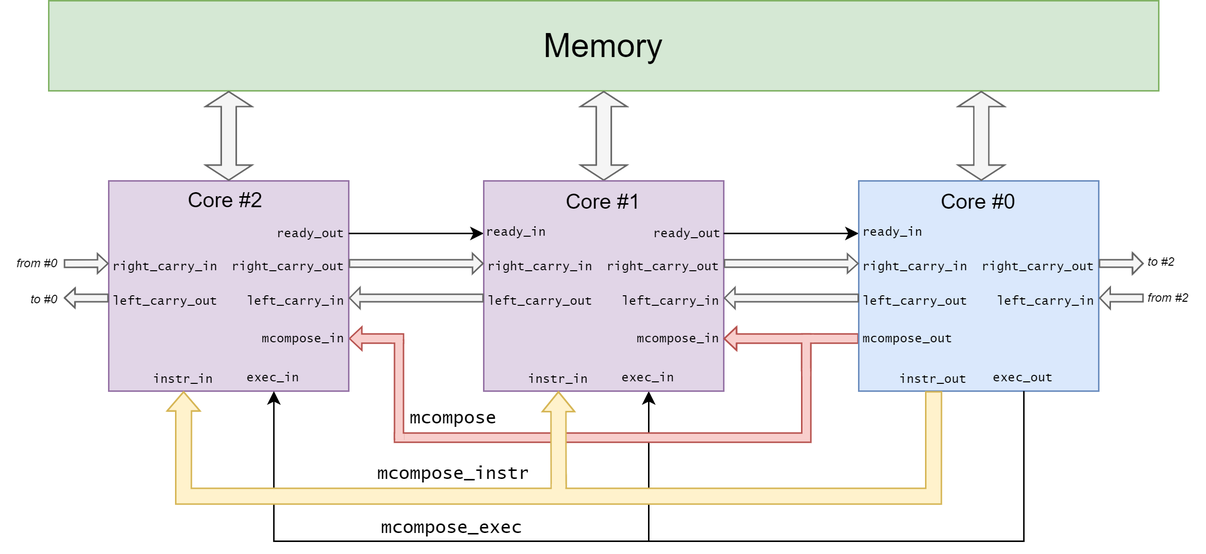
Before: docs/architecture.png, a diagram exported from draw.io (scarv/hydra). Source tidied: cells renumbered, new cells last; positions are measured from the earlier drawing's top-left corner, leaving out a move shared by most shapes.
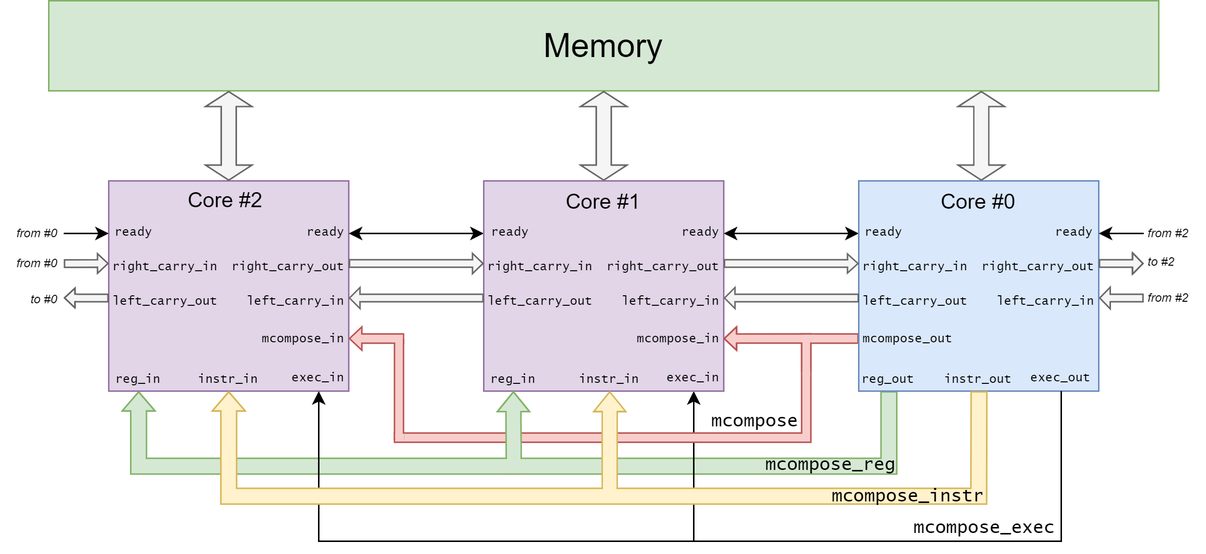
The same diagram one commit later.

What changed in the source:
```diff
@@ -2,9 +2,19 @@
   <root>
     <mxCell id="0" />
     <mxCell id="1" parent="0" />
+    <mxCell id="69" style="edgeStyle=orthogonalEdgeStyle;shape=flexArrow;rounded=0;orthogonalLoop=1;jettySize=auto;html=1;exitX=0.5;exitY=1;exitDx=0;exitDy=0;entryX=0.5;entryY=1;entryDx=0;entryDy=0;startArrow=none;startFill=0;endArrow=block;endFill=0;fillColor=#d5e8d4;strokeColor=#82b366;endWidth=10.476190476190476;endSize=3.904761904761904;width=10.476190476190476;" parent="1" edge="1">
+      <mxGeometry relative="1" as="geometry">
+        <mxPoint x="592.1" y="260" as="sourcePoint" />
+        <mxPoint x="91.9" y="260" as="targetPoint" />
+        <Array as="points">
+          <mxPoint x="592" y="310" />
+          <mxPoint x="92" y="310" />
+        </Array>
+      </mxGeometry>
+    </mxCell>
     <mxCell id="2" style="edgeStyle=orthogonalEdgeStyle;rounded=0;jettySize=auto;html=1;exitX=0.5;exitY=1;exitDx=0;exitDy=0;startArrow=classic;startFill=1;endArrow=none;endFill=0;" parent="1" edge="1" source="31">
       <mxGeometry relative="1" as="geometry">
-        <mxPoint x="432" y="360" as="targetPoint" />
+        <mxPoint x="462" y="360" as="targetPoint" />
       </mxGeometry>
     </mxCell>
     <mxCell id="3" style="edgeStyle=orthogonalEdgeStyle;rounded=0;jumpSize=2;jettySize=auto;html=1;entryX=0;entryY=0.75;entryDx=0;entryDy=0;startArrow=none;startFill=0;endArrow=none;endFill=0;strokeColor=#b85450;fontSize=14;shape=flexArrow;width=6.117647058823529;endSize=2.411764705882353;endWidth=8.442906574394463;fillColor=#f8cecc;" parent="1" edge="1" target="11">
@@ -30,23 +40,23 @@
     <mxCell id="7" style="edgeStyle=orthogonalEdgeStyle;shape=flexArrow;rounded=0;jettySize=auto;html=1;exitX=0.5;exitY=0;exitDx=0;exitDy=0;entryX=0.5;entryY=1;entryDx=0;entryDy=0;startArrow=classic;startFill=1;startSize=3;endSize=3;strokeColor=#666666;fillColor=#f5f5f5;" parent="1" edge="1" source="9" target="6">
       <mxGeometry relative="1" as="geometry" />
     </mxCell>
-    <mxCell id="8" style="edgeStyle=orthogonalEdgeStyle;rounded=0;jettySize=auto;html=1;exitX=0;exitY=0.25;exitDx=0;exitDy=0;entryX=1;entryY=0.25;entryDx=0;entryDy=0;startArrow=classic;startFill=1;strokeColor=#000000;endArrow=none;endFill=0;" parent="1" edge="1" source="9" target="5">
+    <mxCell id="8" style="edgeStyle=orthogonalEdgeStyle;rounded=0;jettySize=auto;html=1;exitX=0;exitY=0.25;exitDx=0;exitDy=0;entryX=1;entryY=0.25;entryDx=0;entryDy=0;startArrow=classic;startFill=1;strokeColor=#000000;endArrow=classic;endFill=1;" parent="1" edge="1" source="9" target="5">
       <mxGeometry relative="1" as="geometry" />
     </mxCell>
     <mxCell id="9" style="rounded=0;whiteSpace=wrap;html=1;fillColor=#e1d5e7;strokeColor=#9673a6;" parent="1" vertex="1">
       <mxGeometry x="322" y="120" width="160" height="140" as="geometry" />
     </mxCell>
-    <mxCell id="10" style="edgeStyle=orthogonalEdgeStyle;rounded=0;jettySize=auto;html=1;exitX=0;exitY=0.25;exitDx=0;exitDy=0;entryX=1;entryY=0.25;entryDx=0;entryDy=0;startArrow=classic;startFill=1;endArrow=none;endFill=0;strokeColor=#000000;" parent="1" edge="1" source="11" target="9">
+    <mxCell id="10" style="edgeStyle=orthogonalEdgeStyle;rounded=0;jettySize=auto;html=1;exitX=0;exitY=0.25;exitDx=0;exitDy=0;entryX=1;entryY=0.25;entryDx=0;entryDy=0;startArrow=classic;startFill=1;endArrow=classic;endFill=1;strokeColor=#000000;" parent="1" edge="1" source="11" target="9">
       <mxGeometry relative="1" as="geometry" />
     </mxCell>
     <mxCell id="11" style="rounded=0;whiteSpace=wrap;html=1;fillColor=#dae8fc;strokeColor=#6c8ebf;" parent="1" vertex="1">
       <mxGeometry x="572" y="120" width="160" height="140" as="geometry" />
     </mxCell>
-    <mxCell id="12" value="&lt;font face=&quot;Lucida Console&quot; style=&quot;font-size: 8px&quot;&gt;ready_in&lt;/font&gt;" style="text;html=1;strokeColor=none;fillColor=none;align=center;verticalAlign=middle;whiteSpace=wrap;rounded=0;dashed=1;" parent="1" vertex="1">
-      <mxGeometry x="324" y="142" width="40" height="20" as="geometry" />
+    <mxCell id="12" value="&lt;font face=&quot;Lucida Console&quot; style=&quot;font-size: 8px&quot;&gt;ready&lt;/font&gt;" style="text;html=1;strokeColor=none;fillColor=none;align=center;verticalAlign=middle;whiteSpace=wrap;rounded=0;dashed=1;" parent="1" vertex="1">
+      <mxGeometry x="320" y="142" width="40" height="20" as="geometry" />
     </mxCell>
-    <mxCell id="13" value="&lt;font face=&quot;Lucida Console&quot; style=&quot;font-size: 8px&quot;&gt;ready_out&lt;/font&gt;" style="text;html=1;strokeColor=none;fillColor=none;align=center;verticalAlign=middle;whiteSpace=wrap;rounded=0;dashed=1;" parent="1" vertex="1">
-      <mxGeometry x="438" y="143" width="40" height="20" as="geometry" />
+    <mxCell id="13" value="&lt;font face=&quot;Lucida Console&quot; style=&quot;font-size: 8px&quot;&gt;ready&lt;/font&gt;" style="text;html=1;strokeColor=none;fillColor=none;align=center;verticalAlign=middle;whiteSpace=wrap;rounded=0;dashed=1;" parent="1" vertex="1">
+      <mxGeometry x="447" y="142" width="40" height="20" as="geometry" />
     </mxCell>
     <mxCell id="14" value="&lt;font face=&quot;Lucida Console&quot; style=&quot;font-size: 8px&quot;&gt;right_carry_in&lt;/font&gt;" style="text;html=1;strokeColor=none;fillColor=none;align=center;verticalAlign=middle;whiteSpace=wrap;rounded=0;dashed=1;spacingLeft=6;" parent="1" vertex="1">
       <mxGeometry x="572" y="165" width="70" height="20" as="geometry" />
@@ -59,9 +69,6 @@
     <mxCell id="16" value="&lt;font face=&quot;Lucida Console&quot; style=&quot;font-size: 8px&quot;&gt;right_carry_out&lt;/font&gt;" style="text;html=1;strokeColor=none;fillColor=none;align=center;verticalAlign=middle;whiteSpace=wrap;rounded=0;dashed=1;" parent="1" vertex="1">
       <mxGeometry x="652" y="165" width="80" height="20" as="geometry" />
     </mxCell>
-    <mxCell id="17" value="&lt;font face=&quot;Lucida Console&quot; style=&quot;font-size: 12px&quot;&gt;mcompose_instr&lt;/font&gt;" style="text;html=1;strokeColor=none;fillColor=none;align=center;verticalAlign=middle;whiteSpace=wrap;rounded=0;dashed=1;" parent="1" vertex="1">
-      <mxGeometry x="282" y="305" width="40" height="20" as="geometry" />
-    </mxCell>
     <mxCell id="18" value="Core #1" style="text;html=1;strokeColor=none;fillColor=none;align=center;verticalAlign=middle;whiteSpace=wrap;rounded=0;dashed=1;fontSize=14;" parent="1" vertex="1">
       <mxGeometry x="372" y="123" width="60" height="20" as="geometry" />
     </mxCell>
@@ -76,11 +83,11 @@
     </mxCell>
     <mxCell id="22" style="edgeStyle=orthogonalEdgeStyle;shape=flexArrow;rounded=0;jettySize=auto;html=1;exitX=0.5;exitY=1;exitDx=0;exitDy=0;startArrow=block;startFill=0;endArrow=none;endFill=0;fillColor=#fff2cc;strokeColor=#d6b656;startWidth=10.476190476190476;startSize=4.061904761904762;" parent="1" edge="1" source="23">
       <mxGeometry relative="1" as="geometry">
-        <mxPoint x="372" y="330" as="targetPoint" />
+        <mxPoint x="406" y="330" as="targetPoint" />
       </mxGeometry>
     </mxCell>
     <mxCell id="23" value="&lt;font face=&quot;Lucida Console&quot; style=&quot;font-size: 8px&quot;&gt;instr_in&lt;/font&gt;" style="text;html=1;strokeColor=none;fillColor=none;align=center;verticalAlign=middle;whiteSpace=wrap;rounded=0;dashed=1;" parent="1" vertex="1">
-      <mxGeometry x="351.8" y="240" width="40" height="20" as="geometry" />
+      <mxGeometry x="386" y="240" width="40" height="20" as="geometry" />
     </mxCell>
     <mxCell id="24" value="&lt;font face=&quot;Lucida Console&quot;&gt;&lt;span style=&quot;font-size: 8px&quot;&gt;mcompose_in&lt;/span&gt;&lt;/font&gt;" style="text;html=1;strokeColor=none;fillColor=none;align=center;verticalAlign=middle;whiteSpace=wrap;rounded=0;dashed=1;" parent="1" vertex="1">
       <mxGeometry x="172" y="214" width="60" height="20" as="geometry" />
@@ -101,13 +108,13 @@
       <mxGeometry x="741" y="287.9" width="41" height="6.2" as="geometry" />
     </mxCell>
     <mxCell id="30" value="&lt;font face=&quot;Lucida Console&quot; style=&quot;font-size: 12px&quot;&gt;mcompose&lt;/font&gt;" style="text;html=1;strokeColor=none;fillColor=none;align=center;verticalAlign=middle;whiteSpace=wrap;rounded=0;dashed=1;" parent="1" vertex="1">
-      <mxGeometry x="282" y="267.9" width="40" height="20" as="geometry" />
+      <mxGeometry x="483" y="270" width="40" height="20" as="geometry" />
     </mxCell>
     <mxCell id="31" value="&lt;font face=&quot;Lucida Console&quot;&gt;&lt;span style=&quot;font-size: 8px&quot;&gt;exec_in&lt;/span&gt;&lt;/font&gt;" style="text;html=1;strokeColor=none;fillColor=none;align=center;verticalAlign=middle;whiteSpace=wrap;rounded=0;dashed=1;" parent="1" vertex="1">
-      <mxGeometry x="412" y="240" width="40" height="20" as="geometry" />
+      <mxGeometry x="442" y="240" width="40" height="20" as="geometry" />
     </mxCell>
     <mxCell id="32" value="&lt;font face=&quot;Lucida Console&quot; style=&quot;font-size: 12px&quot;&gt;mcompose_exec&lt;/font&gt;" style="text;html=1;strokeColor=none;fillColor=none;align=center;verticalAlign=middle;whiteSpace=wrap;rounded=0;dashed=1;" parent="1" vertex="1">
-      <mxGeometry x="281" y="341" width="40" height="20" as="geometry" />
+      <mxGeometry x="636" y="341" width="40" height="20" as="geometry" />
     </mxCell>
     <mxCell id="33" value="&lt;font face=&quot;Lucida Console&quot; style=&quot;font-size: 8px&quot;&gt;right_carry_in&lt;/font&gt;" style="text;html=1;strokeColor=none;fillColor=none;align=center;verticalAlign=middle;whiteSpace=wrap;rounded=0;dashed=1;spacingLeft=6;" parent="1" vertex="1">
       <mxGeometry x="322" y="165" width="70" height="20" as="geometry" />
@@ -132,11 +139,11 @@
     <mxCell id="39" value="&lt;font face=&quot;Lucida Console&quot; style=&quot;font-size: 8px&quot;&gt;right_carry_out&lt;/font&gt;" style="text;html=1;strokeColor=none;fillColor=none;align=center;verticalAlign=middle;whiteSpace=wrap;rounded=0;dashed=1;" parent="1" vertex="1">
       <mxGeometry x="152" y="165" width="80" height="20" as="geometry" />
     </mxCell>
-    <mxCell id="40" value="&lt;font face=&quot;Lucida Console&quot; style=&quot;font-size: 8px&quot;&gt;ready_out&lt;/font&gt;" style="text;html=1;strokeColor=none;fillColor=none;align=center;verticalAlign=middle;whiteSpace=wrap;rounded=0;dashed=1;" parent="1" vertex="1">
-      <mxGeometry x="182" y="143" width="50" height="20" as="geometry" />
+    <mxCell id="40" value="&lt;font face=&quot;Lucida Console&quot; style=&quot;font-size: 8px&quot;&gt;ready&lt;/font&gt;" style="text;html=1;strokeColor=none;fillColor=none;align=center;verticalAlign=middle;whiteSpace=wrap;rounded=0;dashed=1;" parent="1" vertex="1">
+      <mxGeometry x="192" y="142" width="50" height="20" as="geometry" />
     </mxCell>
-    <mxCell id="41" value="&lt;font face=&quot;Lucida Console&quot; style=&quot;font-size: 8px&quot;&gt;ready_in&lt;/font&gt;" style="text;html=1;strokeColor=none;fillColor=none;align=center;verticalAlign=middle;whiteSpace=wrap;rounded=0;dashed=1;" parent="1" vertex="1">
-      <mxGeometry x="575" y="142" width="40" height="20" as="geometry" />
+    <mxCell id="41" value="&lt;font face=&quot;Lucida Console&quot; style=&quot;font-size: 8px&quot;&gt;ready&lt;/font&gt;" style="text;html=1;strokeColor=none;fillColor=none;align=center;verticalAlign=middle;whiteSpace=wrap;rounded=0;dashed=1;" parent="1" vertex="1">
+      <mxGeometry x="569" y="142" width="40" height="20" as="geometry" />
     </mxCell>
     <mxCell id="42" style="edgeStyle=orthogonalEdgeStyle;rounded=0;jettySize=auto;html=1;exitX=0;exitY=0.5;exitDx=0;exitDy=0;startArrow=none;startFill=0;endArrow=classic;endFill=1;fillColor=#f5f5f5;strokeColor=#666666;shape=flexArrow;width=5;startSize=2;endSize=2;endWidth=7.150837988826816;" parent="1" edge="1" source="43">
       <mxGeometry relative="1" as="geometry">
@@ -214,35 +221,90 @@
       <mxGeometry x="534.4" y="245" width="5.1" height="5" as="geometry" />
     </mxCell>
     <mxCell id="62" value="&lt;font face=&quot;Lucida Console&quot; style=&quot;font-size: 8px&quot;&gt;instr_in&lt;/font&gt;" style="text;html=1;strokeColor=none;fillColor=none;align=center;verticalAlign=middle;whiteSpace=wrap;rounded=0;dashed=1;" parent="1" vertex="1">
-      <mxGeometry x="101.9" y="240" width="40" height="20" as="geometry" />
+      <mxGeometry x="132" y="240" width="40" height="20" as="geometry" />
     </mxCell>
     <mxCell id="63" value="&lt;font face=&quot;Lucida Console&quot;&gt;&lt;span style=&quot;font-size: 8px&quot;&gt;exec_in&lt;/span&gt;&lt;/font&gt;" style="text;html=1;strokeColor=none;fillColor=none;align=center;verticalAlign=middle;whiteSpace=wrap;rounded=0;dashed=1;" parent="1" vertex="1">
-      <mxGeometry x="162.1" y="240" width="40" height="20" as="geometry" />
+      <mxGeometry x="192" y="240" width="40" height="20" as="geometry" />
     </mxCell>
     <mxCell id="64" value="&lt;font face=&quot;Lucida Console&quot; style=&quot;font-size: 8px&quot;&gt;instr_out&lt;/font&gt;" style="text;html=1;strokeColor=none;fillColor=none;align=center;verticalAlign=middle;whiteSpace=wrap;rounded=0;dashed=1;" parent="1" vertex="1">
-      <mxGeometry x="601.9" y="240" width="40" height="20" as="geometry" />
+      <mxGeometry x="632.1" y="240" width="40" height="20" as="geometry" />
     </mxCell>
     <mxCell id="65" style="edgeStyle=orthogonalEdgeStyle;rounded=0;jettySize=auto;html=1;exitX=0.5;exitY=1;exitDx=0;exitDy=0;entryX=0.5;entryY=1;entryDx=0;entryDy=0;startArrow=none;startFill=0;endArrow=classic;endFill=1;" parent="1" edge="1" source="66" target="63">
       <mxGeometry relative="1" as="geometry">
         <Array as="points">
-          <mxPoint x="682" y="360" />
-          <mxPoint x="182" y="360" />
+          <mxPoint x="707" y="360" />
+          <mxPoint x="212" y="360" />
         </Array>
       </mxGeometry>
     </mxCell>
     <mxCell id="66" value="&lt;font face=&quot;Lucida Console&quot;&gt;&lt;span style=&quot;font-size: 8px&quot;&gt;exec_out&lt;/span&gt;&lt;/font&gt;" style="text;html=1;strokeColor=none;fillColor=none;align=center;verticalAlign=middle;whiteSpace=wrap;rounded=0;dashed=1;" parent="1" vertex="1">
-      <mxGeometry x="662.1" y="240" width="40" height="20" as="geometry" />
+      <mxGeometry x="687" y="240" width="40" height="20" as="geometry" />
     </mxCell>
     <mxCell id="67" style="edgeStyle=orthogonalEdgeStyle;shape=flexArrow;rounded=0;jettySize=auto;html=1;exitX=0.5;exitY=1;exitDx=0;exitDy=0;entryX=0.5;entryY=1;entryDx=0;entryDy=0;startArrow=none;startFill=0;endArrow=block;endFill=0;fillColor=#fff2cc;strokeColor=#d6b656;endWidth=10.476190476190476;endSize=3.904761904761904;width=10.476190476190476;" parent="1" edge="1" source="64" target="62">
       <mxGeometry relative="1" as="geometry">
         <Array as="points">
-          <mxPoint x="622" y="330" />
+          <mxPoint x="652" y="260" />
+          <mxPoint x="652" y="330" />
           <mxPoint x="122" y="330" />
         </Array>
       </mxGeometry>
     </mxCell>
     <mxCell id="68" style="rounded=0;whiteSpace=wrap;html=1;align=left;fillColor=#fff2cc;strokeColor=none;" parent="1" vertex="1">
-      <mxGeometry x="367.4" y="322" width="9" height="8" as="geometry" />
+      <mxGeometry x="401.4" y="321" width="9" height="8" as="geometry" />
     </mxCell>
+    <mxCell id="70" value="&lt;font face=&quot;Lucida Console&quot; style=&quot;font-size: 8px&quot;&gt;ready&lt;/font&gt;" style="text;html=1;strokeColor=none;fillColor=none;align=center;verticalAlign=middle;whiteSpace=wrap;rounded=0;dashed=1;" parent="1" vertex="1">
+      <mxGeometry x="696" y="142" width="40" height="20" as="geometry" />
+    </mxCell>
+    <mxCell id="71" style="edgeStyle=orthogonalEdgeStyle;rounded=0;orthogonalLoop=1;jettySize=auto;html=1;entryX=1;entryY=0.25;entryDx=0;entryDy=0;startArrow=none;startFill=0;endArrow=classic;endFill=1;strokeColor=#000000;" parent="1" edge="1">
+      <mxGeometry relative="1" as="geometry">
+        <mxPoint x="762" y="155" as="sourcePoint" />
+        <mxPoint x="732" y="155" as="targetPoint" />
+      </mxGeometry>
+    </mxCell>
+    <mxCell id="72" value="&lt;font style=&quot;font-size: 8px ; line-height: 100%&quot;&gt;from #2&lt;/font&gt;" style="text;html=1;strokeColor=none;fillColor=none;align=left;verticalAlign=middle;whiteSpace=wrap;rounded=0;dashed=1;fontSize=14;horizontal=1;spacingBottom=0;fontStyle=2;" parent="1" vertex="1">
+      <mxGeometry x="763" y="141" width="40" height="22" as="geometry" />
+    </mxCell>
+    <mxCell id="73" value="&lt;font face=&quot;Lucida Console&quot; style=&quot;font-size: 8px&quot;&gt;ready&lt;/font&gt;" style="text;html=1;strokeColor=none;fillColor=none;align=center;verticalAlign=middle;whiteSpace=wrap;rounded=0;dashed=1;" parent="1" vertex="1">
+      <mxGeometry x="64" y="142" width="50" height="20" as="geometry" />
+    </mxCell>
+    <mxCell id="74" style="edgeStyle=orthogonalEdgeStyle;rounded=0;orthogonalLoop=1;jettySize=auto;html=1;exitX=0;exitY=0.25;exitDx=0;exitDy=0;startArrow=classic;startFill=1;strokeColor=#000000;endArrow=none;endFill=0;" parent="1" edge="1">
+      <mxGeometry relative="1" as="geometry">
+        <mxPoint x="72" y="155" as="sourcePoint" />
+        <mxPoint x="42" y="155" as="targetPoint" />
+      </mxGeometry>
+    </mxCell>
+    <mxCell id="75" value="&lt;font style=&quot;font-size: 8px ; line-height: 100%&quot;&gt;from #0&lt;/font&gt;" style="text;html=1;strokeColor=none;fillColor=none;align=right;verticalAlign=middle;whiteSpace=wrap;rounded=0;dashed=1;fontSize=14;horizontal=1;spacingBottom=0;fontStyle=2;" parent="1" vertex="1">
+      <mxGeometry y="141" width="40" height="22" as="geometry" />
+    </mxCell>
+    <mxCell id="76" value="&lt;font face=&quot;Lucida Console&quot; style=&quot;font-size: 8px&quot;&gt;reg_out&lt;/font&gt;" style="text;html=1;strokeColor=none;fillColor=none;align=center;verticalAlign=middle;whiteSpace=wrap;rounded=0;dashed=1;" parent="1" vertex="1">
+      <mxGeometry x="572.1" y="240" width="40" height="20" as="geometry" />
+    </mxCell>
+    <mxCell id="77" value="&lt;font face=&quot;Lucida Console&quot; style=&quot;font-size: 8px&quot;&gt;reg_in&lt;/font&gt;" style="text;html=1;strokeColor=none;fillColor=none;align=center;verticalAlign=middle;whiteSpace=wrap;rounded=0;dashed=1;" parent="1" vertex="1">
+      <mxGeometry x="322" y="240" width="40" height="20" as="geometry" />
+    </mxCell>
+    <mxCell id="78" value="&lt;font face=&quot;Lucida Console&quot; style=&quot;font-size: 8px&quot;&gt;reg_in&lt;/font&gt;" style="text;html=1;strokeColor=none;fillColor=none;align=center;verticalAlign=middle;whiteSpace=wrap;rounded=0;dashed=1;" parent="1" vertex="1">
+      <mxGeometry x="72" y="240" width="40" height="20" as="geometry" />
+    </mxCell>
+    <mxCell id="79" style="edgeStyle=orthogonalEdgeStyle;shape=flexArrow;rounded=0;jettySize=auto;html=1;startArrow=block;startFill=0;endArrow=none;endFill=0;fillColor=#d5e8d4;strokeColor=#82b366;startWidth=10.476190476190476;startSize=4.061904761904762;entryX=0.5;entryY=0.6;entryDx=0;entryDy=0;entryPerimeter=0;" parent="1" edge="1" target="80">
+      <mxGeometry relative="1" as="geometry">
+        <mxPoint x="341.8" y="260" as="sourcePoint" />
+        <Array as="points">
+          <mxPoint x="342" y="280" />
+          <mxPoint x="342" y="280" />
+        </Array>
+      </mxGeometry>
+    </mxCell>
+    <mxCell id="80" style="rounded=0;whiteSpace=wrap;html=1;align=left;fillColor=#d5e8d4;strokeColor=none;" parent="1" vertex="1">
+      <mxGeometry x="337.5" y="294" width="9" height="20" as="geometry" />
+    </mxCell>
+    <mxCell id="81" style="rounded=0;whiteSpace=wrap;html=1;align=left;fillColor=#d5e8d4;strokeColor=none;" parent="1" vertex="1">
+      <mxGeometry x="334.8" y="305.3" width="14.5" height="9" as="geometry" />
+    </mxCell>
+    <mxCell id="17" value="&lt;font face=&quot;Lucida Console&quot; style=&quot;font-size: 12px&quot;&gt;mcompose_instr&lt;/font&gt;" style="text;html=1;strokeColor=none;fillColor=none;align=center;verticalAlign=middle;whiteSpace=wrap;rounded=0;dashed=1;" parent="1" vertex="1">
+      <mxGeometry x="585" y="320" width="40" height="20" as="geometry" />
+    </mxCell>
+    <mxCell id="82" value="&lt;font face=&quot;Lucida Console&quot; style=&quot;font-size: 12px&quot;&gt;mcompose_reg&lt;/font&gt;" style="text;html=1;strokeColor=none;fillColor=none;align=center;verticalAlign=middle;whiteSpace=wrap;rounded=0;dashed=1;" parent="1" vertex="1">
+      <mxGeometry x="531" y="299" width="45" height="20" as="geometry" />
+    </mxCell>
   </root>
 </mxGraphModel>
```
